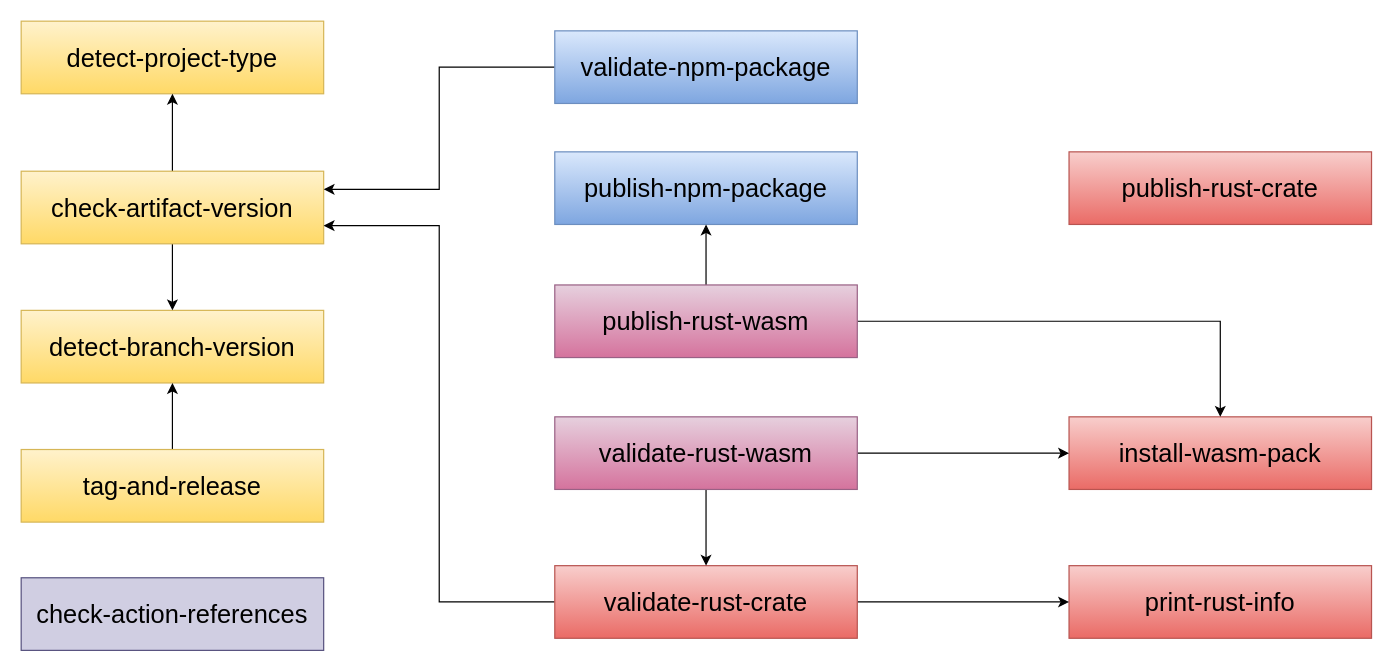
Earlier version of the draw.io diagram docs/actions.drawio (giancosta86/aurora-github). Source tidied: cells renumbered, new cells numbered last; positions are measured from the earlier drawing's top-left corner, leaving out a move shared by most shapes. Both pictures are drawn from the tidied source at 121%, with x=0, y=0 at pixel (21, 21).
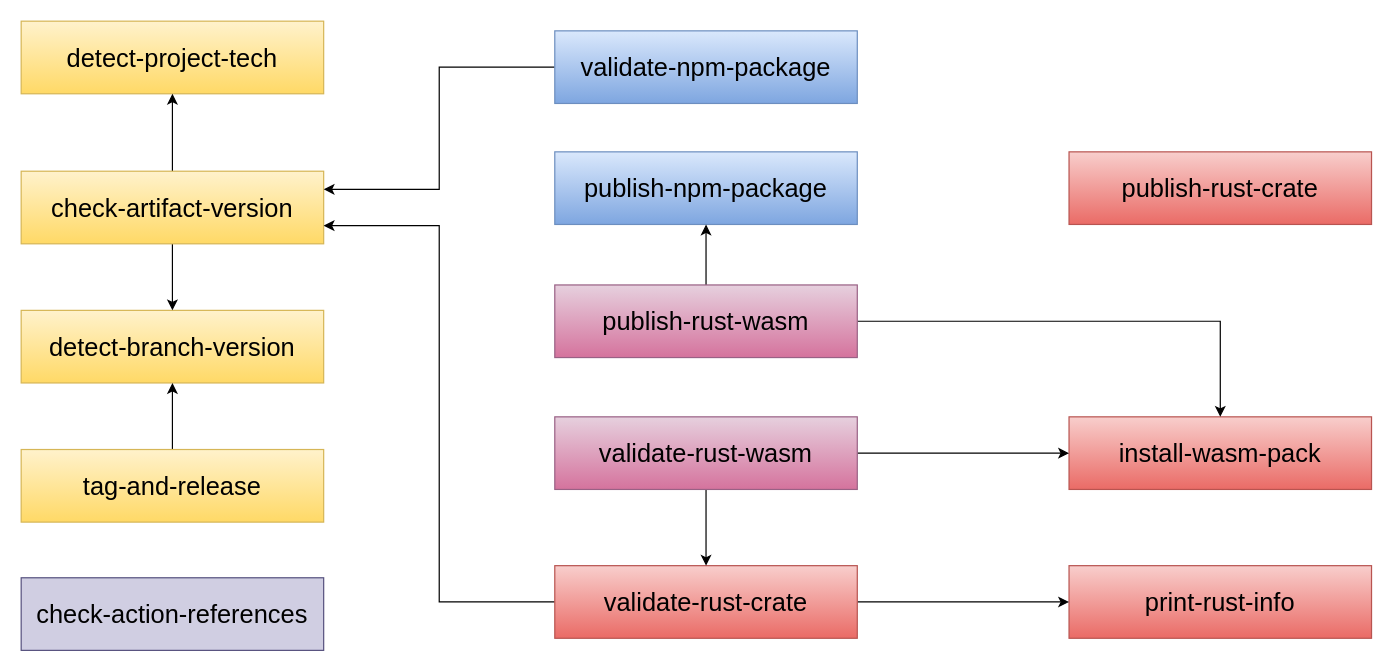
After the change.

Diff of the diagram source:
```diff
@@
-    <mxCell id="2" value="&lt;font color=&quot;#000000&quot; style=&quot;font-size: 21px;&quot;&gt;detect-project-type&lt;/font&gt;" style="rounded=0;whiteSpace=wrap;html=1;fillColor=#fff2cc;gradientColor=#ffd966;strokeColor=#d6b656;fontSize=21;" parent="1" vertex="1">
+    <mxCell id="2" value="&lt;font color=&quot;#000000&quot; style=&quot;font-size: 21px;&quot;&gt;detect-project-tech&lt;/font&gt;" style="rounded=0;whiteSpace=wrap;html=1;fillColor=#fff2cc;gradientColor=#ffd966;strokeColor=#d6b656;fontSize=21;" parent="1" vertex="1">
       <mxGeometry width="250" height="60" as="geometry" />
     </mxCell>
```
